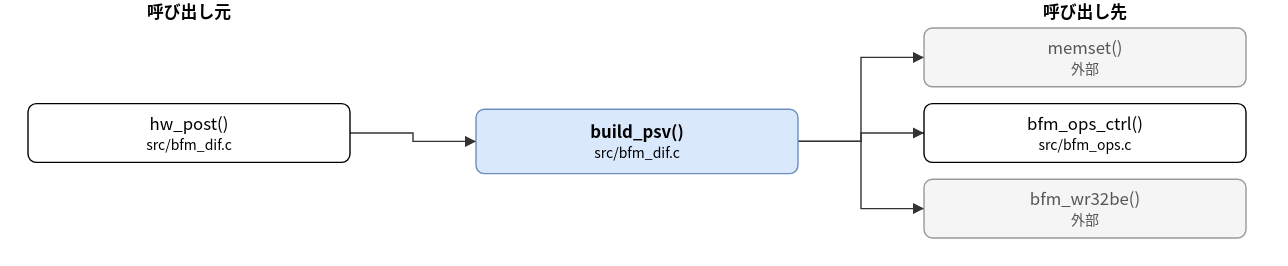
Above: doc/spec/images/call_src_bfm_dif-build_psv.drawio.svg in hf355051012-ai/bfmem (draw.io), before the change. Source tidied: cells renumbered, new cells last; positions are measured from the earlier drawing's top-left corner, leaving out a move shared by most shapes.
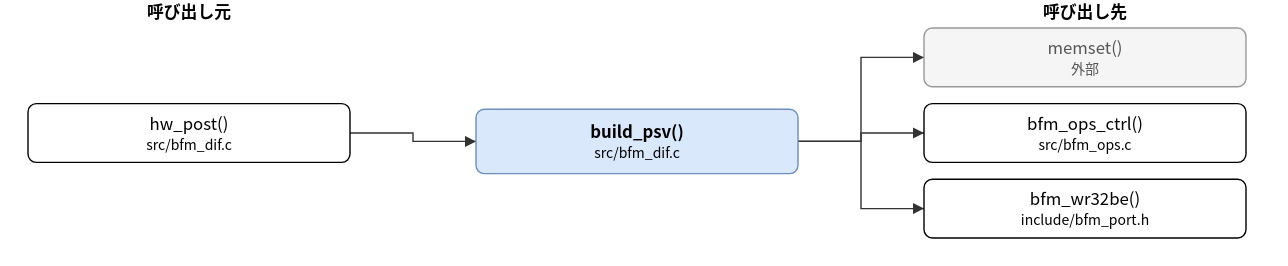
Above is the later version.

The edit, as a diff of the source:
```diff
@@ -14,7 +14,7 @@
     <mxCell id="5" value="bfm_ops_ctrl()&lt;br&gt;&lt;font style=&quot;font-size:10px&quot;&gt;src/bfm_ops.c&lt;/font&gt;" style="rounded=1;whiteSpace=wrap;html=1;" parent="1" vertex="1">
       <mxGeometry x="640" y="74" width="230" height="42" as="geometry" />
     </mxCell>
-    <mxCell id="6" value="bfm_wr32be()&lt;br&gt;&lt;font style=&quot;font-size:10px&quot;&gt;外部&lt;/font&gt;" style="rounded=1;whiteSpace=wrap;html=1;fillColor=#f5f5f5;strokeColor=#999999;fontColor=#555555;" parent="1" vertex="1">
+    <mxCell id="6" value="bfm_wr32be()&lt;br&gt;&lt;font style=&quot;font-size:10px&quot;&gt;include/bfm_port.h&lt;/font&gt;" style="rounded=1;whiteSpace=wrap;html=1;" parent="1" vertex="1">
       <mxGeometry x="640" y="128" width="230" height="42" as="geometry" />
     </mxCell>
     <mxCell id="7" style="edgeStyle=none;html=1;rounded=0;endArrow=block;endFill=1;exitX=1.0000;exitY=0.5000;exitDx=0;exitDy=0;exitPerimeter=0;entryX=0.0000;entryY=0.5000;entryDx=0;entryDy=0;entryPerimeter=0;" parent="1" edge="1" source="3" target="2">
```
